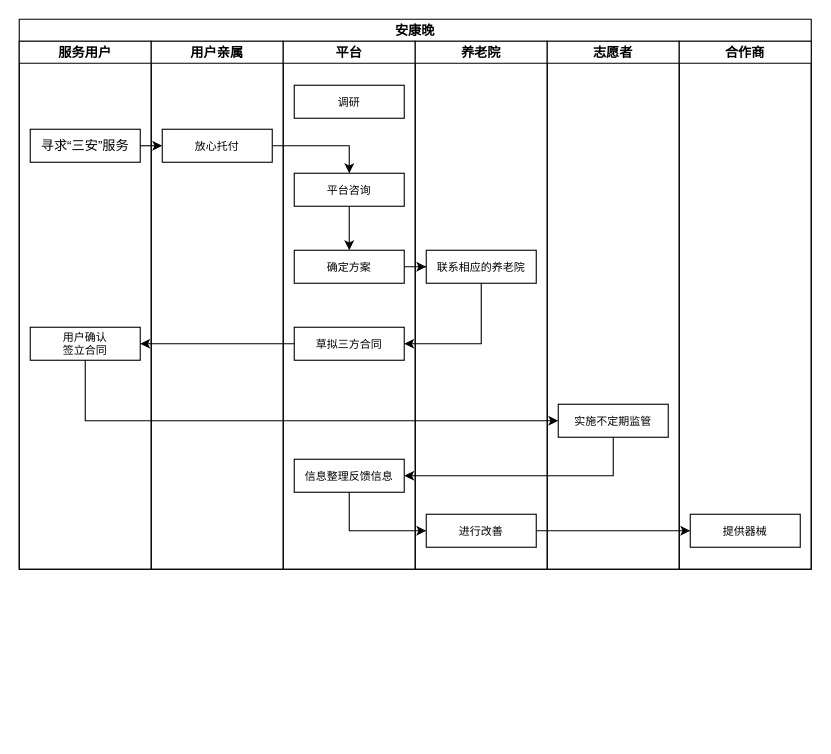
xqm32/3Chuang keeps this draw.io diagram as 泳道图.drawio. Above is the earlier version. Source tidied: cells renumbered, new cells numbered last; positions are measured from the earlier drawing's top-left corner, leaving out a move shared by most shapes. Both pictures are drawn from the tidied source at 110%, with x=0, y=0 at pixel (19, 19).
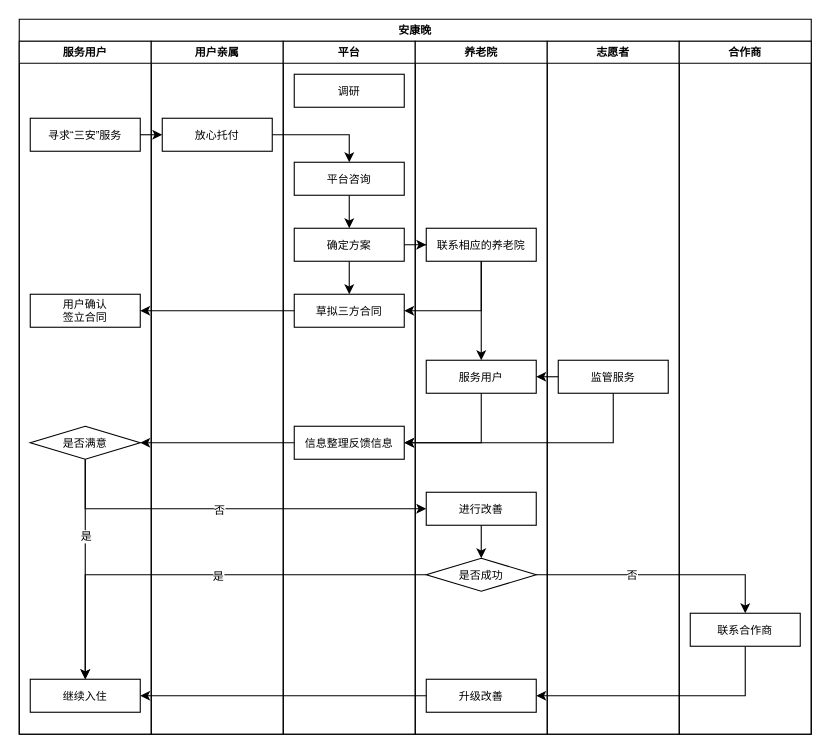
Above is the later version.

The edit, as a diff of the source:
```diff
@@
-    <mxCell id="2" value="安康晚" style="swimlane;startSize=20;" parent="1" vertex="1">
-      <mxGeometry width="720" height="500" as="geometry" />
+    <mxCell id="2" value="安康晚" style="swimlane;startSize=20;fontSize=10;" parent="1" vertex="1">
+      <mxGeometry width="720" height="650" as="geometry" />
     </mxCell>
-    <mxCell id="3" value="服务用户" style="swimlane;startSize=20;" parent="2" vertex="1">
-      <mxGeometry y="20" width="120" height="480" as="geometry" />
+    <mxCell id="3" value="服务用户" style="swimlane;startSize=20;fontSize=10;" parent="2" vertex="1">
+      <mxGeometry y="20" width="120" height="630" as="geometry" />
     </mxCell>
-    <mxCell id="4" value="寻求“三安”服务" style="rounded=0;whiteSpace=wrap;html=1;" parent="3" vertex="1">
-      <mxGeometry x="10" y="80" width="100" height="30" as="geometry" />
+    <mxCell id="4" value="寻求“三安”服务" style="rounded=0;whiteSpace=wrap;html=1;fontSize=10;" parent="3" vertex="1">
+      <mxGeometry x="10" y="70" width="100" height="30" as="geometry" />
     </mxCell>
-    <mxCell id="5" value="用户确认&lt;br&gt;签立合同" style="rounded=0;whiteSpace=wrap;html=1;fontSize=10;" parent="3" vertex="1">
-      <mxGeometry x="10" y="260" width="100" height="30" as="geometry" />
+    <mxCell id="5" value="用户确认&lt;br style=&quot;font-size: 10px;&quot;&gt;签立合同" style="rounded=0;whiteSpace=wrap;html=1;fontSize=10;" parent="3" vertex="1">
+      <mxGeometry x="10" y="230" width="100" height="30" as="geometry" />
     </mxCell>
+    <mxCell id="31" style="edgeStyle=orthogonalEdgeStyle;rounded=0;jettySize=auto;html=1;exitX=0.5;exitY=1;exitDx=0;exitDy=0;entryX=0.5;entryY=0;entryDx=0;entryDy=0;fontSize=10;" parent="3" edge="1" source="33" target="34">
+      <mxGeometry relative="1" as="geometry" />
+    </mxCell>
+    <mxCell id="32" value="是" style="edgeLabel;html=1;align=center;verticalAlign=middle;fontSize=10;" parent="31" vertex="1">
+      <mxGeometry x="-0.31" y="2" relative="1" as="geometry">
+        <mxPoint x="-2" as="offset" />
+      </mxGeometry>
+    </mxCell>
+    <mxCell id="33" value="是否满意" style="rhombus;whiteSpace=wrap;html=1;fontSize=10;" parent="3" vertex="1">
+      <mxGeometry x="10" y="350" width="100" height="30" as="geometry" />
+    </mxCell>
+    <mxCell id="34" value="继续入住" style="rounded=0;whiteSpace=wrap;html=1;fontSize=10;" parent="3" vertex="1">
+      <mxGeometry x="10" y="580" width="100" height="30" as="geometry" />
+    </mxCell>
-    <mxCell id="6" value="用户亲属" style="swimlane;startSize=20;" parent="2" vertex="1">
-      <mxGeometry x="120" y="20" width="120" height="480" as="geometry" />
+    <mxCell id="6" value="用户亲属" style="swimlane;startSize=20;fontSize=10;" parent="2" vertex="1">
+      <mxGeometry x="120" y="20" width="120" height="630" as="geometry" />
     </mxCell>
     <mxCell id="7" value="放心托付" style="rounded=0;whiteSpace=wrap;html=1;fontSize=10;" parent="6" vertex="1">
-      <mxGeometry x="10" y="80" width="100" height="30" as="geometry" />
+      <mxGeometry x="10" y="70" width="100" height="30" as="geometry" />
     </mxCell>
-    <mxCell id="8" value="平台" style="swimlane;startSize=20;" parent="2" vertex="1">
-      <mxGeometry x="240" y="20" width="120" height="480" as="geometry" />
+    <mxCell id="8" value="平台" style="swimlane;startSize=20;fontSize=10;" parent="2" vertex="1">
+      <mxGeometry x="240" y="20" width="120" height="630" as="geometry" />
     </mxCell>
-    <mxCell id="9" style="edgeStyle=orthogonalEdgeStyle;rounded=0;jettySize=auto;html=1;exitX=0.5;exitY=1;exitDx=0;exitDy=0;entryX=0.5;entryY=0;entryDx=0;entryDy=0;" parent="8" edge="1" source="10" target="12">
+    <mxCell id="9" style="edgeStyle=orthogonalEdgeStyle;rounded=0;jettySize=auto;html=1;exitX=0.5;exitY=1;exitDx=0;exitDy=0;entryX=0.5;entryY=0;entryDx=0;entryDy=0;fontSize=10;" parent="8" edge="1" source="10" target="12">
       <mxGeometry relative="1" as="geometry" />
     </mxCell>
     <mxCell id="10" value="平台咨询" style="rounded=0;whiteSpace=wrap;html=1;fontSize=10;" parent="8" vertex="1">
-      <mxGeometry x="10" y="120" width="100" height="30" as="geometry" />
+      <mxGeometry x="10" y="110" width="100" height="30" as="geometry" />
     </mxCell>
     <mxCell id="11" value="调研" style="rounded=0;whiteSpace=wrap;html=1;fontSize=10;" parent="8" vertex="1">
-      <mxGeometry x="10" y="40" width="100" height="30" as="geometry" />
+      <mxGeometry x="10" y="30" width="100" height="30" as="geometry" />
     </mxCell>
+    <mxCell id="35" style="edgeStyle=orthogonalEdgeStyle;rounded=0;jettySize=auto;html=1;exitX=0.5;exitY=1;exitDx=0;exitDy=0;entryX=0.5;entryY=0;entryDx=0;entryDy=0;fontSize=10;" parent="8" edge="1" source="12" target="13">
+      <mxGeometry relative="1" as="geometry" />
+    </mxCell>
     <mxCell id="12" value="确定方案" style="rounded=0;whiteSpace=wrap;html=1;fontSize=10;" parent="8" vertex="1">
-      <mxGeometry x="10" y="190" width="100" height="30" as="geometry" />
+      <mxGeometry x="10" y="170" width="100" height="30" as="geometry" />
     </mxCell>
     <mxCell id="13" value="草拟三方合同" style="rounded=0;whiteSpace=wrap;html=1;fontSize=10;" parent="8" vertex="1">
-      <mxGeometry x="10" y="260" width="100" height="30" as="geometry" />
+      <mxGeometry x="10" y="230" width="100" height="30" as="geometry" />
     </mxCell>
     <mxCell id="14" value="信息整理反馈信息" style="rounded=0;whiteSpace=wrap;html=1;fontSize=10;" parent="8" vertex="1">
-      <mxGeometry x="10" y="380" width="100" height="30" as="geometry" />
+      <mxGeometry x="10" y="350" width="100" height="30" as="geometry" />
     </mxCell>
+    <mxCell id="36" style="edgeStyle=orthogonalEdgeStyle;rounded=0;jettySize=auto;html=1;exitX=0;exitY=0.5;exitDx=0;exitDy=0;entryX=1;entryY=0.5;entryDx=0;entryDy=0;fontSize=10;" parent="2" edge="1" source="14" target="33">
+      <mxGeometry relative="1" as="geometry" />
+    </mxCell>
+    <mxCell id="37" style="endArrow=classic;html=1;rounded=0;exitX=0.5;exitY=1;exitDx=0;exitDy=0;entryX=0;entryY=0.5;entryDx=0;entryDy=0;edgeStyle=orthogonalEdgeStyle;fontSize=10;" parent="2" edge="1" source="33" target="17">
+      <mxGeometry relative="1" as="geometry" />
+    </mxCell>
+    <mxCell id="38" value="否" style="edgeLabel;html=1;align=center;verticalAlign=middle;fontSize=10;" parent="37" vertex="1">
+      <mxGeometry relative="1" as="geometry">
+        <mxPoint x="-12" as="offset" />
+      </mxGeometry>
+    </mxCell>
+    <mxCell id="39" style="endArrow=classic;html=1;rounded=0;fontSize=10;exitX=1;exitY=0.5;exitDx=0;exitDy=0;entryX=0.5;entryY=0;entryDx=0;entryDy=0;edgeStyle=orthogonalEdgeStyle;" parent="2" edge="1" source="43" target="47">
+      <mxGeometry relative="1" as="geometry" />
+    </mxCell>
+    <mxCell id="40" value="否" style="edgeLabel;html=1;align=center;verticalAlign=middle;fontSize=10;" parent="39" vertex="1">
+      <mxGeometry relative="1" as="geometry">
+        <mxPoint x="-27" y="-1" as="offset" />
+      </mxGeometry>
+    </mxCell>
+    <mxCell id="41" style="edgeStyle=orthogonalEdgeStyle;rounded=0;jettySize=auto;html=1;exitX=0.5;exitY=1;exitDx=0;exitDy=0;entryX=1;entryY=0.5;entryDx=0;entryDy=0;fontSize=10;" parent="2" edge="1" source="47" target="44">
+      <mxGeometry relative="1" as="geometry" />
+    </mxCell>
-    <mxCell id="15" value="养老院" style="swimlane;startSize=20;" parent="2" vertex="1">
-      <mxGeometry x="360" y="20" width="120" height="480" as="geometry" />
+    <mxCell id="15" value="养老院" style="swimlane;startSize=20;fontSize=10;" parent="2" vertex="1">
+      <mxGeometry x="360" y="20" width="120" height="630" as="geometry" />
     </mxCell>
     <mxCell id="16" value="联系相应的养老院" style="rounded=0;whiteSpace=wrap;html=1;fontSize=10;" parent="15" vertex="1">
-      <mxGeometry x="10" y="190" width="100" height="30" as="geometry" />
+      <mxGeometry x="10" y="170" width="100" height="30" as="geometry" />
     </mxCell>
+    <mxCell id="42" style="edgeStyle=orthogonalEdgeStyle;rounded=0;jettySize=auto;html=1;exitX=0.5;exitY=1;exitDx=0;exitDy=0;fontSize=10;" parent="15" edge="1" source="17" target="43">
+      <mxGeometry relative="1" as="geometry" />
+    </mxCell>
     <mxCell id="17" value="进行改善" style="rounded=0;whiteSpace=wrap;html=1;fontSize=10;" parent="15" vertex="1">
-      <mxGeometry x="10" y="430" width="100" height="30" as="geometry" />
+      <mxGeometry x="10" y="410" width="100" height="30" as="geometry" />
     </mxCell>
+    <mxCell id="43" value="是否成功" style="rhombus;whiteSpace=wrap;html=1;fontSize=10;" parent="15" vertex="1">
+      <mxGeometry x="10" y="470" width="100" height="30" as="geometry" />
+    </mxCell>
+    <mxCell id="44" value="升级改善" style="rounded=0;whiteSpace=wrap;html=1;fontSize=10;" parent="15" vertex="1">
+      <mxGeometry x="10" y="580" width="100" height="30" as="geometry" />
+    </mxCell>
+    <mxCell id="45" value="服务用户" style="rounded=0;whiteSpace=wrap;html=1;fontSize=10;" parent="15" vertex="1">
+      <mxGeometry x="10" y="290" width="100" height="30" as="geometry" />
+    </mxCell>
+    <mxCell id="25" style="edgeStyle=orthogonalEdgeStyle;rounded=0;jettySize=auto;html=1;exitX=0.5;exitY=1;exitDx=0;exitDy=0;entryX=0.5;entryY=0;entryDx=0;entryDy=0;fontSize=10;" parent="15" edge="1" source="16" target="45">
+      <mxGeometry relative="1" as="geometry" />
+    </mxCell>
+    <mxCell id="46" style="edgeStyle=orthogonalEdgeStyle;rounded=0;jettySize=auto;html=1;exitX=0;exitY=0.5;exitDx=0;exitDy=0;entryX=1;entryY=0.5;entryDx=0;entryDy=0;fontSize=10;" parent="2" edge="1" source="44" target="34">
+      <mxGeometry relative="1" as="geometry" />
+    </mxCell>
-    <mxCell id="18" value="志愿者" style="swimlane;startSize=20;" parent="2" vertex="1">
-      <mxGeometry x="480" y="20" width="120" height="480" as="geometry" />
+    <mxCell id="18" value="志愿者" style="swimlane;startSize=20;fontSize=10;" parent="2" vertex="1">
+      <mxGeometry x="480" y="20" width="120" height="630" as="geometry" />
     </mxCell>
-    <mxCell id="19" value="实施不定期监管" style="rounded=0;whiteSpace=wrap;html=1;fontSize=10;" parent="18" vertex="1">
-      <mxGeometry x="10" y="330" width="100" height="30" as="geometry" />
+    <mxCell id="19" value="监管服务" style="rounded=0;whiteSpace=wrap;html=1;fontSize=10;" parent="18" vertex="1">
+      <mxGeometry x="10" y="290" width="100" height="30" as="geometry" />
     </mxCell>
-    <mxCell id="20" value="合作商" style="swimlane;startSize=20;" parent="2" vertex="1">
-      <mxGeometry x="600" y="20" width="120" height="480" as="geometry" />
+    <mxCell id="20" value="合作商" style="swimlane;startSize=20;fontSize=10;" parent="2" vertex="1">
+      <mxGeometry x="600" y="20" width="120" height="630" as="geometry" />
     </mxCell>
-    <mxCell id="21" value="提供器械" style="rounded=0;whiteSpace=wrap;html=1;fontSize=10;" parent="20" vertex="1">
-      <mxGeometry x="10" y="430" width="100" height="30" as="geometry" />
-    </mxCell>
+    <mxCell id="47" value="联系合作商" style="rounded=0;whiteSpace=wrap;html=1;fontSize=10;" parent="20" vertex="1">
+      <mxGeometry x="10" y="520" width="100" height="30" as="geometry" />
+    </mxCell>
@@
-    <mxCell id="24" style="edgeStyle=orthogonalEdgeStyle;rounded=0;jettySize=auto;html=1;exitX=1;exitY=0.5;exitDx=0;exitDy=0;" parent="2" edge="1" source="12" target="16">
+    <mxCell id="24" style="edgeStyle=orthogonalEdgeStyle;rounded=0;jettySize=auto;html=1;exitX=1;exitY=0.5;exitDx=0;exitDy=0;fontSize=10;" parent="2" edge="1" source="12" target="16">
       <mxGeometry relative="1" as="geometry" />
     </mxCell>
-    <mxCell id="25" style="edgeStyle=orthogonalEdgeStyle;rounded=0;jettySize=auto;html=1;exitX=0.5;exitY=1;exitDx=0;exitDy=0;entryX=1;entryY=0.5;entryDx=0;entryDy=0;" parent="2" edge="1" source="16" target="13">
-      <mxGeometry relative="1" as="geometry" />
-    </mxCell>
-    <mxCell id="26" style="edgeStyle=orthogonalEdgeStyle;rounded=0;jettySize=auto;html=1;exitX=0;exitY=0.5;exitDx=0;exitDy=0;" parent="2" edge="1" source="13" target="5">
+    <mxCell id="26" style="edgeStyle=orthogonalEdgeStyle;rounded=0;jettySize=auto;html=1;exitX=0;exitY=0.5;exitDx=0;exitDy=0;fontSize=10;" parent="2" edge="1" source="13" target="5">
       <mxGeometry relative="1" as="geometry" />
     </mxCell>
-    <mxCell id="27" style="edgeStyle=orthogonalEdgeStyle;rounded=0;jettySize=auto;html=1;exitX=0.5;exitY=1;exitDx=0;exitDy=0;entryX=0;entryY=0.5;entryDx=0;entryDy=0;" parent="2" edge="1" source="5" target="19">
-      <mxGeometry relative="1" as="geometry" />
-    </mxCell>
-    <mxCell id="28" style="edgeStyle=orthogonalEdgeStyle;rounded=0;jettySize=auto;html=1;exitX=0.5;exitY=1;exitDx=0;exitDy=0;entryX=1;entryY=0.5;entryDx=0;entryDy=0;" parent="2" edge="1" source="19" target="14">
+    <mxCell id="28" style="edgeStyle=orthogonalEdgeStyle;rounded=0;jettySize=auto;html=1;exitX=0.5;exitY=1;exitDx=0;exitDy=0;entryX=1;entryY=0.5;entryDx=0;entryDy=0;fontSize=10;" parent="2" edge="1" source="19" target="14">
       <mxGeometry relative="1" as="geometry" />
     </mxCell>
-    <mxCell id="29" style="edgeStyle=orthogonalEdgeStyle;rounded=0;jettySize=auto;html=1;exitX=0.5;exitY=1;exitDx=0;exitDy=0;entryX=0;entryY=0.5;entryDx=0;entryDy=0;" parent="2" edge="1" source="14" target="17">
-      <mxGeometry relative="1" as="geometry" />
-    </mxCell>
-    <mxCell id="30" style="edgeStyle=orthogonalEdgeStyle;rounded=0;jettySize=auto;html=1;exitX=1;exitY=0.5;exitDx=0;exitDy=0;entryX=0;entryY=0.5;entryDx=0;entryDy=0;" parent="2" edge="1" source="17" target="21">
-      <mxGeometry relative="1" as="geometry" />
-    </mxCell>
+    <mxCell id="48" style="edgeStyle=orthogonalEdgeStyle;rounded=0;jettySize=auto;html=1;exitX=0;exitY=0.5;exitDx=0;exitDy=0;entryX=1;entryY=0.5;entryDx=0;entryDy=0;fontSize=10;" parent="2" edge="1" source="19" target="45">
+      <mxGeometry relative="1" as="geometry" />
+    </mxCell>
+    <mxCell id="49" style="edgeStyle=orthogonalEdgeStyle;rounded=0;jettySize=auto;html=1;exitX=0.5;exitY=1;exitDx=0;exitDy=0;entryX=1;entryY=0.5;entryDx=0;entryDy=0;fontSize=10;" parent="2" edge="1" source="16" target="13">
+      <mxGeometry relative="1" as="geometry" />
+    </mxCell>
+    <mxCell id="50" style="edgeStyle=orthogonalEdgeStyle;rounded=0;jettySize=auto;html=1;exitX=0.5;exitY=1;exitDx=0;exitDy=0;entryX=1;entryY=0.5;entryDx=0;entryDy=0;fontSize=10;" parent="2" edge="1" source="45" target="14">
+      <mxGeometry relative="1" as="geometry" />
+    </mxCell>
+    <mxCell id="51" style="endArrow=classic;html=1;rounded=0;exitX=0;exitY=0.5;exitDx=0;exitDy=0;entryX=0.5;entryY=0;entryDx=0;entryDy=0;fontSize=10;edgeStyle=orthogonalEdgeStyle;" parent="2" edge="1" source="43" target="34">
+      <mxGeometry relative="1" as="geometry" />
+    </mxCell>
+    <mxCell id="52" value="是" style="edgeLabel;html=1;align=center;verticalAlign=middle;fontSize=10;" parent="51" vertex="1">
+      <mxGeometry relative="1" as="geometry">
+        <mxPoint x="13" as="offset" />
+      </mxGeometry>
+    </mxCell>
```
